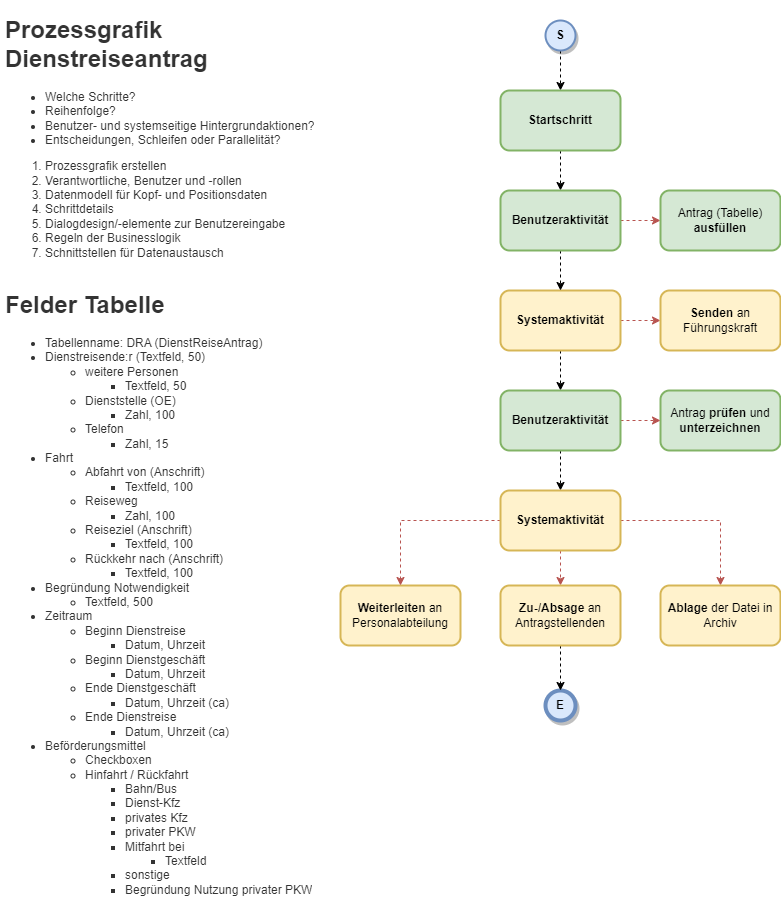
Earlier version of the draw.io export jra-dienstreiseantrag.png (SaBy1188/JobRouterLearn). Source tidied: cells renumbered, new cells last; positions are measured from the earlier drawing's top-left corner, leaving out a move shared by most shapes.
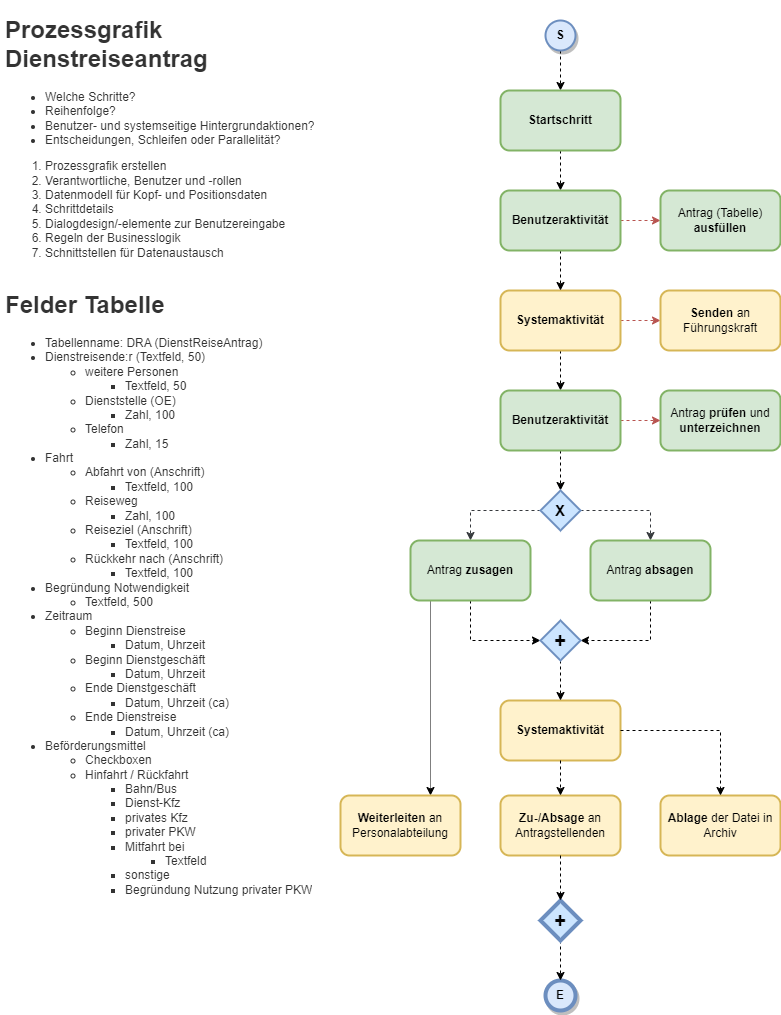
After the commit.

What changed in the source:
```diff
@@ -9,7 +9,7 @@
       <mxGeometry x="545" y="10" width="30" height="30" as="geometry" />
     </mxCell>
     <mxCell id="4" value="&lt;b&gt;E&lt;/b&gt;" style="ellipse;whiteSpace=wrap;html=1;fillColor=#dae8fc;strokeColor=#6c8ebf;strokeWidth=4;shadow=1;" parent="1" vertex="1">
-      <mxGeometry x="545" y="680" width="30" height="30" as="geometry" />
+      <mxGeometry x="545" y="970" width="30" height="30" as="geometry" />
     </mxCell>
     <mxCell id="5" style="edgeStyle=orthogonalEdgeStyle;rounded=0;jettySize=auto;html=1;dashed=1;" parent="1" edge="1" source="6" target="12">
       <mxGeometry relative="1" as="geometry" />
@@ -51,45 +51,78 @@
     <mxCell id="16" style="edgeStyle=orthogonalEdgeStyle;rounded=0;jettySize=auto;html=1;fillColor=#f8cecc;strokeColor=#b85450;dashed=1;" parent="1" edge="1" source="18" target="15">
       <mxGeometry relative="1" as="geometry" />
     </mxCell>
-    <mxCell id="17" style="edgeStyle=orthogonalEdgeStyle;rounded=0;jettySize=auto;html=1;dashed=1;" parent="1" edge="1" source="18" target="25">
-      <mxGeometry relative="1" as="geometry" />
-    </mxCell>
+    <mxCell id="29" style="edgeStyle=orthogonalEdgeStyle;rounded=0;jettySize=auto;html=1;dashed=1;" parent="1" edge="1" source="18" target="33">
+      <mxGeometry relative="1" as="geometry" />
+    </mxCell>
     <mxCell id="18" value="&lt;b&gt;Benutzeraktivität&lt;/b&gt;" style="rounded=1;whiteSpace=wrap;html=1;fillColor=#d5e8d4;strokeColor=#82b366;strokeWidth=2;shadow=0;glass=0;" parent="1" vertex="1">
       <mxGeometry x="500" y="380" width="120" height="60" as="geometry" />
     </mxCell>
+    <mxCell id="20" value="&lt;h1&gt;Prozessgrafik&lt;br&gt;Dienstreiseantrag&lt;/h1&gt;&lt;ul style=&quot;border-color: var(--border-color); color: rgb(51, 51, 51);&quot;&gt;&lt;li style=&quot;border-color: var(--border-color);&quot;&gt;Welche Schritte?&lt;/li&gt;&lt;li style=&quot;border-color: var(--border-color);&quot;&gt;Reihenfolge?&lt;/li&gt;&lt;li style=&quot;border-color: var(--border-color);&quot;&gt;Benutzer- und systemseitige Hintergrundaktionen?&lt;/li&gt;&lt;li style=&quot;border-color: var(--border-color);&quot;&gt;Entscheidungen, Schleifen oder Parallelität?&lt;/li&gt;&lt;/ul&gt;&lt;ol style=&quot;border-color: var(--border-color); color: rgb(51, 51, 51);&quot;&gt;&lt;li style=&quot;border-color: var(--border-color);&quot;&gt;Prozessgrafik erstellen&lt;/li&gt;&lt;li style=&quot;border-color: var(--border-color);&quot;&gt;Verantwortliche, Benutzer und -rollen&lt;/li&gt;&lt;li style=&quot;border-color: var(--border-color);&quot;&gt;Datenmodell für Kopf- und Positionsdaten&lt;/li&gt;&lt;li style=&quot;border-color: var(--border-color);&quot;&gt;Schrittdetails&lt;/li&gt;&lt;li style=&quot;border-color: var(--border-color);&quot;&gt;Dialogdesign/-elemente zur Benutzereingabe&lt;/li&gt;&lt;li style=&quot;border-color: var(--border-color);&quot;&gt;Regeln der Businesslogik&lt;/li&gt;&lt;li style=&quot;border-color: var(--border-color);&quot;&gt;Schnittstellen für Datenaustausch&lt;/li&gt;&lt;/ol&gt;" style="text;html=1;spacing=5;spacingTop=-20;whiteSpace=wrap;overflow=hidden;rounded=0;fillColor=#FFFFFF;fontColor=#333333;strokeColor=none;" parent="1" vertex="1">
+      <mxGeometry width="330" height="260" as="geometry" />
+    </mxCell>
+    <mxCell id="27" value="&lt;h1&gt;Felder Tabelle&lt;/h1&gt;&lt;div&gt;&lt;ul style=&quot;border-color: var(--border-color);&quot;&gt;&lt;li style=&quot;border-color: var(--border-color);&quot;&gt;Tabellenname: DRA (DienstReiseAntrag)&lt;/li&gt;&lt;li style=&quot;border-color: var(--border-color);&quot;&gt;Dienstreisende:r (Textfeld, 50)&lt;/li&gt;&lt;ul style=&quot;border-color: var(--border-color);&quot;&gt;&lt;li style=&quot;border-color: var(--border-color);&quot;&gt;weitere Personen&lt;/li&gt;&lt;ul style=&quot;border-color: var(--border-color);&quot;&gt;&lt;li style=&quot;border-color: var(--border-color);&quot;&gt;Textfeld, 50&lt;/li&gt;&lt;/ul&gt;&lt;li style=&quot;border-color: var(--border-color);&quot;&gt;Dienststelle (OE)&lt;/li&gt;&lt;ul style=&quot;border-color: var(--border-color);&quot;&gt;&lt;li style=&quot;border-color: var(--border-color);&quot;&gt;Zahl, 100&lt;/li&gt;&lt;/ul&gt;&lt;li style=&quot;border-color: var(--border-color);&quot;&gt;Telefon&lt;/li&gt;&lt;ul style=&quot;border-color: var(--border-color);&quot;&gt;&lt;li style=&quot;border-color: var(--border-color);&quot;&gt;Zahl, 15&lt;/li&gt;&lt;/ul&gt;&lt;/ul&gt;&lt;li style=&quot;border-color: var(--border-color);&quot;&gt;Fahrt&lt;/li&gt;&lt;ul style=&quot;border-color: var(--border-color);&quot;&gt;&lt;li style=&quot;border-color: var(--border-color);&quot;&gt;Abfahrt von (Anschrift)&lt;/li&gt;&lt;ul style=&quot;border-color: var(--border-color);&quot;&gt;&lt;li style=&quot;border-color: var(--border-color);&quot;&gt;Textfeld, 100&lt;/li&gt;&lt;/ul&gt;&lt;li style=&quot;border-color: var(--border-color);&quot;&gt;Reiseweg&lt;/li&gt;&lt;ul style=&quot;border-color: var(--border-color);&quot;&gt;&lt;li style=&quot;border-color: var(--border-color);&quot;&gt;Zahl, 100&lt;/li&gt;&lt;/ul&gt;&lt;li style=&quot;border-color: var(--border-color);&quot;&gt;Reiseziel (Anschrift)&lt;/li&gt;&lt;ul style=&quot;border-color: var(--border-color);&quot;&gt;&lt;li style=&quot;border-color: var(--border-color);&quot;&gt;Textfeld, 100&lt;/li&gt;&lt;/ul&gt;&lt;li style=&quot;border-color: var(--border-color);&quot;&gt;Rückkehr nach (Anschrift)&lt;/li&gt;&lt;ul style=&quot;border-color: var(--border-color);&quot;&gt;&lt;li style=&quot;border-color: var(--border-color);&quot;&gt;Textfeld, 100&lt;/li&gt;&lt;/ul&gt;&lt;/ul&gt;&lt;li style=&quot;border-color: var(--border-color);&quot;&gt;Begründung Notwendigkeit&lt;/li&gt;&lt;ul style=&quot;border-color: var(--border-color);&quot;&gt;&lt;li style=&quot;border-color: var(--border-color);&quot;&gt;Textfeld, 500&lt;/li&gt;&lt;/ul&gt;&lt;li style=&quot;border-color: var(--border-color);&quot;&gt;Zeitraum&lt;/li&gt;&lt;ul style=&quot;border-color: var(--border-color);&quot;&gt;&lt;li style=&quot;border-color: var(--border-color);&quot;&gt;Beginn Dienstreise&lt;/li&gt;&lt;ul style=&quot;border-color: var(--border-color);&quot;&gt;&lt;li style=&quot;border-color: var(--border-color);&quot;&gt;Datum, Uhrzeit&lt;/li&gt;&lt;/ul&gt;&lt;li style=&quot;border-color: var(--border-color);&quot;&gt;Beginn Dienstgeschäft&lt;/li&gt;&lt;ul style=&quot;border-color: var(--border-color);&quot;&gt;&lt;li style=&quot;border-color: var(--border-color);&quot;&gt;Datum, Uhrzeit&lt;/li&gt;&lt;/ul&gt;&lt;li style=&quot;border-color: var(--border-color);&quot;&gt;Ende Dienstgeschäft&lt;/li&gt;&lt;ul style=&quot;border-color: var(--border-color);&quot;&gt;&lt;li style=&quot;border-color: var(--border-color);&quot;&gt;Datum, Uhrzeit (ca)&lt;/li&gt;&lt;/ul&gt;&lt;li style=&quot;border-color: var(--border-color);&quot;&gt;Ende Dienstreise&lt;/li&gt;&lt;ul style=&quot;border-color: var(--border-color);&quot;&gt;&lt;li style=&quot;border-color: var(--border-color);&quot;&gt;Datum, Uhrzeit (ca)&lt;/li&gt;&lt;/ul&gt;&lt;/ul&gt;&lt;li style=&quot;border-color: var(--border-color);&quot;&gt;Beförderungsmittel&lt;/li&gt;&lt;ul style=&quot;border-color: var(--border-color);&quot;&gt;&lt;li style=&quot;border-color: var(--border-color);&quot;&gt;Checkboxen&lt;/li&gt;&lt;li style=&quot;border-color: var(--border-color);&quot;&gt;Hinfahrt / Rückfahrt&lt;/li&gt;&lt;ul style=&quot;border-color: var(--border-color);&quot;&gt;&lt;li style=&quot;border-color: var(--border-color);&quot;&gt;Bahn/Bus&lt;/li&gt;&lt;li style=&quot;border-color: var(--border-color);&quot;&gt;Dienst-Kfz&lt;/li&gt;&lt;li style=&quot;border-color: var(--border-color);&quot;&gt;privates Kfz&lt;/li&gt;&lt;li style=&quot;border-color: var(--border-color);&quot;&gt;privater PKW&lt;/li&gt;&lt;li style=&quot;border-color: var(--border-color);&quot;&gt;Mitfahrt bei&lt;/li&gt;&lt;ul style=&quot;border-color: var(--border-color);&quot;&gt;&lt;li style=&quot;border-color: var(--border-color);&quot;&gt;Textfeld&lt;/li&gt;&lt;/ul&gt;&lt;li style=&quot;border-color: var(--border-color);&quot;&gt;sonstige&lt;/li&gt;&lt;li style=&quot;border-color: var(--border-color);&quot;&gt;Begründung Nutzung privater PKW&lt;/li&gt;&lt;/ul&gt;&lt;/ul&gt;&lt;/ul&gt;&lt;/div&gt;" style="text;html=1;spacing=5;spacingTop=-20;whiteSpace=wrap;overflow=hidden;rounded=0;fillColor=#FFFFFF;fontColor=#333333;strokeColor=none;" parent="1" vertex="1">
+      <mxGeometry y="275" width="330" height="625" as="geometry" />
+    </mxCell>
+    <mxCell id="30" style="edgeStyle=orthogonalEdgeStyle;rounded=0;jettySize=auto;html=1;dashed=1;" parent="1" edge="1" source="41" target="4">
+      <mxGeometry relative="1" as="geometry" />
+    </mxCell>
+    <mxCell id="31" style="edgeStyle=orthogonalEdgeStyle;rounded=0;jettySize=auto;html=1;entryX=0.5;entryY=0;entryDx=0;entryDy=0;dashed=1;fillColor=#ffcccc;strokeColor=#36393d;" parent="1" edge="1" source="33" target="38">
+      <mxGeometry relative="1" as="geometry" />
+    </mxCell>
+    <mxCell id="32" style="edgeStyle=orthogonalEdgeStyle;rounded=0;jettySize=auto;html=1;entryX=0.5;entryY=0;entryDx=0;entryDy=0;dashed=1;fillColor=#ffcccc;strokeColor=#36393d;" parent="1" edge="1" source="33" target="36">
+      <mxGeometry relative="1" as="geometry" />
+    </mxCell>
+    <mxCell id="33" value="&lt;font size=&quot;1&quot; style=&quot;&quot;&gt;&lt;b style=&quot;font-size: 15px;&quot;&gt;X&lt;/b&gt;&lt;/font&gt;" style="rhombus;whiteSpace=wrap;html=1;fillColor=#cce5ff;strokeColor=#6c8ebf;strokeWidth=2;" parent="1" vertex="1">
+      <mxGeometry x="540" y="480" width="40" height="40" as="geometry" />
+    </mxCell>
+    <mxCell id="34" style="edgeStyle=orthogonalEdgeStyle;rounded=0;jettySize=auto;html=1;entryX=0;entryY=0.5;entryDx=0;entryDy=0;exitX=0.5;exitY=1;exitDx=0;exitDy=0;dashed=1;" parent="1" edge="1" source="36" target="40">
+      <mxGeometry relative="1" as="geometry" />
+    </mxCell>
+    <mxCell id="35" style="edgeStyle=orthogonalEdgeStyle;rounded=0;jettySize=auto;html=1;exitX=0.25;exitY=1;exitDx=0;exitDy=0;entryX=0.75;entryY=0;entryDx=0;entryDy=0;dashed=1;dashPattern=1 1;" parent="1" edge="1" source="36" target="19">
+      <mxGeometry relative="1" as="geometry">
+        <Array as="points">
+          <mxPoint x="430" y="590" />
+        </Array>
+      </mxGeometry>
+    </mxCell>
+    <mxCell id="36" value="Antrag &lt;b&gt;zusagen&lt;/b&gt;" style="rounded=1;whiteSpace=wrap;html=1;fillColor=#d5e8d4;strokeColor=#82b366;strokeWidth=2;" parent="1" vertex="1">
+      <mxGeometry x="410" y="530" width="120" height="60" as="geometry" />
+    </mxCell>
+    <mxCell id="37" style="edgeStyle=orthogonalEdgeStyle;rounded=0;jettySize=auto;html=1;entryX=1;entryY=0.5;entryDx=0;entryDy=0;exitX=0.5;exitY=1;exitDx=0;exitDy=0;dashed=1;" parent="1" edge="1" source="38" target="40">
+      <mxGeometry relative="1" as="geometry" />
+    </mxCell>
+    <mxCell id="38" value="Antrag &lt;b&gt;absagen&lt;/b&gt;" style="rounded=1;whiteSpace=wrap;html=1;fillColor=#d5e8d4;strokeColor=#82b366;strokeWidth=2;" parent="1" vertex="1">
+      <mxGeometry x="590" y="530" width="120" height="60" as="geometry" />
+    </mxCell>
     <mxCell id="19" value="&lt;b&gt;Weiterleiten &lt;/b&gt;an Personalabteilung" style="rounded=1;whiteSpace=wrap;html=1;fillColor=#fff2cc;strokeColor=#d6b656;strokeWidth=2;" parent="1" vertex="1">
-      <mxGeometry x="340" y="575" width="120" height="60" as="geometry" />
+      <mxGeometry x="340" y="785" width="120" height="60" as="geometry" />
     </mxCell>
-    <mxCell id="20" value="&lt;h1&gt;Prozessgrafik&lt;br&gt;Dienstreiseantrag&lt;/h1&gt;&lt;ul style=&quot;border-color: var(--border-color); color: rgb(51, 51, 51);&quot;&gt;&lt;li style=&quot;border-color: var(--border-color);&quot;&gt;Welche Schritte?&lt;/li&gt;&lt;li style=&quot;border-color: var(--border-color);&quot;&gt;Reihenfolge?&lt;/li&gt;&lt;li style=&quot;border-color: var(--border-color);&quot;&gt;Benutzer- und systemseitige Hintergrundaktionen?&lt;/li&gt;&lt;li style=&quot;border-color: var(--border-color);&quot;&gt;Entscheidungen, Schleifen oder Parallelität?&lt;/li&gt;&lt;/ul&gt;&lt;ol style=&quot;border-color: var(--border-color); color: rgb(51, 51, 51);&quot;&gt;&lt;li style=&quot;border-color: var(--border-color);&quot;&gt;Prozessgrafik erstellen&lt;/li&gt;&lt;li style=&quot;border-color: var(--border-color);&quot;&gt;Verantwortliche, Benutzer und -rollen&lt;/li&gt;&lt;li style=&quot;border-color: var(--border-color);&quot;&gt;Datenmodell für Kopf- und Positionsdaten&lt;/li&gt;&lt;li style=&quot;border-color: var(--border-color);&quot;&gt;Schrittdetails&lt;/li&gt;&lt;li style=&quot;border-color: var(--border-color);&quot;&gt;Dialogdesign/-elemente zur Benutzereingabe&lt;/li&gt;&lt;li style=&quot;border-color: var(--border-color);&quot;&gt;Regeln der Businesslogik&lt;/li&gt;&lt;li style=&quot;border-color: var(--border-color);&quot;&gt;Schnittstellen für Datenaustausch&lt;/li&gt;&lt;/ol&gt;" style="text;html=1;spacing=5;spacingTop=-20;whiteSpace=wrap;overflow=hidden;rounded=0;fillColor=#FFFFFF;fontColor=#333333;strokeColor=none;" parent="1" vertex="1">
-      <mxGeometry width="330" height="260" as="geometry" />
-    </mxCell>
-    <mxCell id="21" style="edgeStyle=orthogonalEdgeStyle;rounded=0;jettySize=auto;html=1;dashed=1;fillColor=#f8cecc;strokeColor=#b85450;exitX=0.75;exitY=0;exitDx=0;exitDy=0;" parent="1" edge="1" source="25" target="19">
-      <mxGeometry relative="1" as="geometry">
-        <Array as="points">
-          <mxPoint x="590" y="510" />
-        </Array>
-      </mxGeometry>
-    </mxCell>
-    <mxCell id="22" style="edgeStyle=orthogonalEdgeStyle;rounded=0;jettySize=auto;html=1;exitX=1;exitY=0.5;exitDx=0;exitDy=0;entryX=0.5;entryY=0;entryDx=0;entryDy=0;dashed=1;fillColor=#f8cecc;strokeColor=#b85450;" parent="1" edge="1" source="25" target="26">
-      <mxGeometry relative="1" as="geometry" />
-    </mxCell>
-    <mxCell id="23" style="edgeStyle=orthogonalEdgeStyle;rounded=0;jettySize=auto;html=1;exitX=0.5;exitY=1;exitDx=0;exitDy=0;entryX=0.5;entryY=0;entryDx=0;entryDy=0;fillColor=#f8cecc;strokeColor=#b85450;dashed=1;" parent="1" edge="1" source="25" target="28">
-      <mxGeometry relative="1" as="geometry" />
-    </mxCell>
-    <mxCell id="24" style="edgeStyle=orthogonalEdgeStyle;rounded=0;jettySize=auto;html=1;dashed=1;" parent="1" edge="1" source="28" target="4">
-      <mxGeometry relative="1" as="geometry" />
-    </mxCell>
     <mxCell id="25" value="&lt;b&gt;Systemaktivität&lt;/b&gt;" style="rounded=1;whiteSpace=wrap;html=1;fillColor=#fff2cc;strokeColor=#d6b656;strokeWidth=2;" parent="1" vertex="1">
-      <mxGeometry x="500" y="480" width="120" height="60" as="geometry" />
+      <mxGeometry x="500" y="690" width="120" height="60" as="geometry" />
     </mxCell>
     <mxCell id="26" value="&lt;b&gt;Ablage&lt;/b&gt; der Datei in Archiv" style="rounded=1;whiteSpace=wrap;html=1;fillColor=#fff2cc;strokeColor=#d6b656;strokeWidth=2;" parent="1" vertex="1">
-      <mxGeometry x="660" y="575" width="120" height="60" as="geometry" />
+      <mxGeometry x="660" y="785" width="120" height="60" as="geometry" />
     </mxCell>
-    <mxCell id="27" value="&lt;h1&gt;Felder Tabelle&lt;/h1&gt;&lt;div&gt;&lt;ul style=&quot;border-color: var(--border-color);&quot;&gt;&lt;li style=&quot;border-color: var(--border-color);&quot;&gt;Tabellenname: DRA (DienstReiseAntrag)&lt;/li&gt;&lt;li style=&quot;border-color: var(--border-color);&quot;&gt;Dienstreisende:r (Textfeld, 50)&lt;/li&gt;&lt;ul style=&quot;border-color: var(--border-color);&quot;&gt;&lt;li style=&quot;border-color: var(--border-color);&quot;&gt;weitere Personen&lt;/li&gt;&lt;ul style=&quot;border-color: var(--border-color);&quot;&gt;&lt;li style=&quot;border-color: var(--border-color);&quot;&gt;Textfeld, 50&lt;/li&gt;&lt;/ul&gt;&lt;li style=&quot;border-color: var(--border-color);&quot;&gt;Dienststelle (OE)&lt;/li&gt;&lt;ul style=&quot;border-color: var(--border-color);&quot;&gt;&lt;li style=&quot;border-color: var(--border-color);&quot;&gt;Zahl, 100&lt;/li&gt;&lt;/ul&gt;&lt;li style=&quot;border-color: var(--border-color);&quot;&gt;Telefon&lt;/li&gt;&lt;ul style=&quot;border-color: var(--border-color);&quot;&gt;&lt;li style=&quot;border-color: var(--border-color);&quot;&gt;Zahl, 15&lt;/li&gt;&lt;/ul&gt;&lt;/ul&gt;&lt;li style=&quot;border-color: var(--border-color);&quot;&gt;Fahrt&lt;/li&gt;&lt;ul style=&quot;border-color: var(--border-color);&quot;&gt;&lt;li style=&quot;border-color: var(--border-color);&quot;&gt;Abfahrt von (Anschrift)&lt;/li&gt;&lt;ul style=&quot;border-color: var(--border-color);&quot;&gt;&lt;li style=&quot;border-color: var(--border-color);&quot;&gt;Textfeld, 100&lt;/li&gt;&lt;/ul&gt;&lt;li style=&quot;border-color: var(--border-color);&quot;&gt;Reiseweg&lt;/li&gt;&lt;ul style=&quot;border-color: var(--border-color);&quot;&gt;&lt;li style=&quot;border-color: var(--border-color);&quot;&gt;Zahl, 100&lt;/li&gt;&lt;/ul&gt;&lt;li style=&quot;border-color: var(--border-color);&quot;&gt;Reiseziel (Anschrift)&lt;/li&gt;&lt;ul style=&quot;border-color: var(--border-color);&quot;&gt;&lt;li style=&quot;border-color: var(--border-color);&quot;&gt;Textfeld, 100&lt;/li&gt;&lt;/ul&gt;&lt;li style=&quot;border-color: var(--border-color);&quot;&gt;Rückkehr nach (Anschrift)&lt;/li&gt;&lt;ul style=&quot;border-color: var(--border-color);&quot;&gt;&lt;li style=&quot;border-color: var(--border-color);&quot;&gt;Textfeld, 100&lt;/li&gt;&lt;/ul&gt;&lt;/ul&gt;&lt;li style=&quot;border-color: var(--border-color);&quot;&gt;Begründung Notwendigkeit&lt;/li&gt;&lt;ul style=&quot;border-color: var(--border-color);&quot;&gt;&lt;li style=&quot;border-color: var(--border-color);&quot;&gt;Textfeld, 500&lt;/li&gt;&lt;/ul&gt;&lt;li style=&quot;border-color: var(--border-color);&quot;&gt;Zeitraum&lt;/li&gt;&lt;ul style=&quot;border-color: var(--border-color);&quot;&gt;&lt;li style=&quot;border-color: var(--border-color);&quot;&gt;Beginn Dienstreise&lt;/li&gt;&lt;ul style=&quot;border-color: var(--border-color);&quot;&gt;&lt;li style=&quot;border-color: var(--border-color);&quot;&gt;Datum, Uhrzeit&lt;/li&gt;&lt;/ul&gt;&lt;li style=&quot;border-color: var(--border-color);&quot;&gt;Beginn Dienstgeschäft&lt;/li&gt;&lt;ul style=&quot;border-color: var(--border-color);&quot;&gt;&lt;li style=&quot;border-color: var(--border-color);&quot;&gt;Datum, Uhrzeit&lt;/li&gt;&lt;/ul&gt;&lt;li style=&quot;border-color: var(--border-color);&quot;&gt;Ende Dienstgeschäft&lt;/li&gt;&lt;ul style=&quot;border-color: var(--border-color);&quot;&gt;&lt;li style=&quot;border-color: var(--border-color);&quot;&gt;Datum, Uhrzeit (ca)&lt;/li&gt;&lt;/ul&gt;&lt;li style=&quot;border-color: var(--border-color);&quot;&gt;Ende Dienstreise&lt;/li&gt;&lt;ul style=&quot;border-color: var(--border-color);&quot;&gt;&lt;li style=&quot;border-color: var(--border-color);&quot;&gt;Datum, Uhrzeit (ca)&lt;/li&gt;&lt;/ul&gt;&lt;/ul&gt;&lt;li style=&quot;border-color: var(--border-color);&quot;&gt;Beförderungsmittel&lt;/li&gt;&lt;ul style=&quot;border-color: var(--border-color);&quot;&gt;&lt;li style=&quot;border-color: var(--border-color);&quot;&gt;Checkboxen&lt;/li&gt;&lt;li style=&quot;border-color: var(--border-color);&quot;&gt;Hinfahrt / Rückfahrt&lt;/li&gt;&lt;ul style=&quot;border-color: var(--border-color);&quot;&gt;&lt;li style=&quot;border-color: var(--border-color);&quot;&gt;Bahn/Bus&lt;/li&gt;&lt;li style=&quot;border-color: var(--border-color);&quot;&gt;Dienst-Kfz&lt;/li&gt;&lt;li style=&quot;border-color: var(--border-color);&quot;&gt;privates Kfz&lt;/li&gt;&lt;li style=&quot;border-color: var(--border-color);&quot;&gt;privater PKW&lt;/li&gt;&lt;li style=&quot;border-color: var(--border-color);&quot;&gt;Mitfahrt bei&lt;/li&gt;&lt;ul style=&quot;border-color: var(--border-color);&quot;&gt;&lt;li style=&quot;border-color: var(--border-color);&quot;&gt;Textfeld&lt;/li&gt;&lt;/ul&gt;&lt;li style=&quot;border-color: var(--border-color);&quot;&gt;sonstige&lt;/li&gt;&lt;li style=&quot;border-color: var(--border-color);&quot;&gt;Begründung Nutzung privater PKW&lt;/li&gt;&lt;/ul&gt;&lt;/ul&gt;&lt;/ul&gt;&lt;/div&gt;" style="text;html=1;spacing=5;spacingTop=-20;whiteSpace=wrap;overflow=hidden;rounded=0;fillColor=#FFFFFF;fontColor=#333333;strokeColor=none;" parent="1" vertex="1">
-      <mxGeometry y="275" width="330" height="625" as="geometry" />
-    </mxCell>
+    <mxCell id="22" style="edgeStyle=orthogonalEdgeStyle;rounded=0;jettySize=auto;html=1;exitX=1;exitY=0.5;exitDx=0;exitDy=0;entryX=0.5;entryY=0;entryDx=0;entryDy=0;dashed=1;fillColor=#f8cecc;strokeColor=#000000;" parent="1" edge="1" source="25" target="26">
+      <mxGeometry relative="1" as="geometry" />
+    </mxCell>
     <mxCell id="28" value="&lt;b&gt;Zu-/Absage&amp;nbsp;&lt;/b&gt;an Antragstellenden" style="rounded=1;whiteSpace=wrap;html=1;fillColor=#fff2cc;strokeColor=#d6b656;strokeWidth=2;" parent="1" vertex="1">
-      <mxGeometry x="500" y="575" width="120" height="60" as="geometry" />
+      <mxGeometry x="500" y="785" width="120" height="60" as="geometry" />
     </mxCell>
+    <mxCell id="23" style="edgeStyle=orthogonalEdgeStyle;rounded=0;jettySize=auto;html=1;exitX=0.5;exitY=1;exitDx=0;exitDy=0;entryX=0.5;entryY=0;entryDx=0;entryDy=0;fillColor=#f8cecc;strokeColor=#000000;dashed=1;" parent="1" edge="1" source="25" target="28">
+      <mxGeometry relative="1" as="geometry" />
+    </mxCell>
+    <mxCell id="39" style="edgeStyle=orthogonalEdgeStyle;rounded=0;jettySize=auto;html=1;dashed=1;" parent="1" edge="1" source="40" target="25">
+      <mxGeometry relative="1" as="geometry" />
+    </mxCell>
+    <mxCell id="40" value="&lt;font style=&quot;font-size: 20px;&quot;&gt;&lt;b&gt;+&lt;/b&gt;&lt;/font&gt;" style="rhombus;whiteSpace=wrap;html=1;fillColor=#cce5ff;strokeColor=#6c8ebf;strokeWidth=2;" parent="1" vertex="1">
+      <mxGeometry x="540" y="610" width="40" height="40" as="geometry" />
+    </mxCell>
+    <mxCell id="41" value="&lt;font style=&quot;font-size: 20px;&quot;&gt;&lt;b&gt;+&lt;/b&gt;&lt;/font&gt;" style="rhombus;whiteSpace=wrap;html=1;fillColor=#cce5ff;strokeColor=#6c8ebf;strokeWidth=4;" parent="1" vertex="1">
+      <mxGeometry x="540" y="890" width="40" height="40" as="geometry" />
+    </mxCell>
+    <mxCell id="42" style="edgeStyle=orthogonalEdgeStyle;rounded=0;jettySize=auto;html=1;dashed=1;" parent="1" edge="1" source="28" target="41">
+      <mxGeometry relative="1" as="geometry" />
+    </mxCell>
   </root>
 </mxGraphModel>
```
